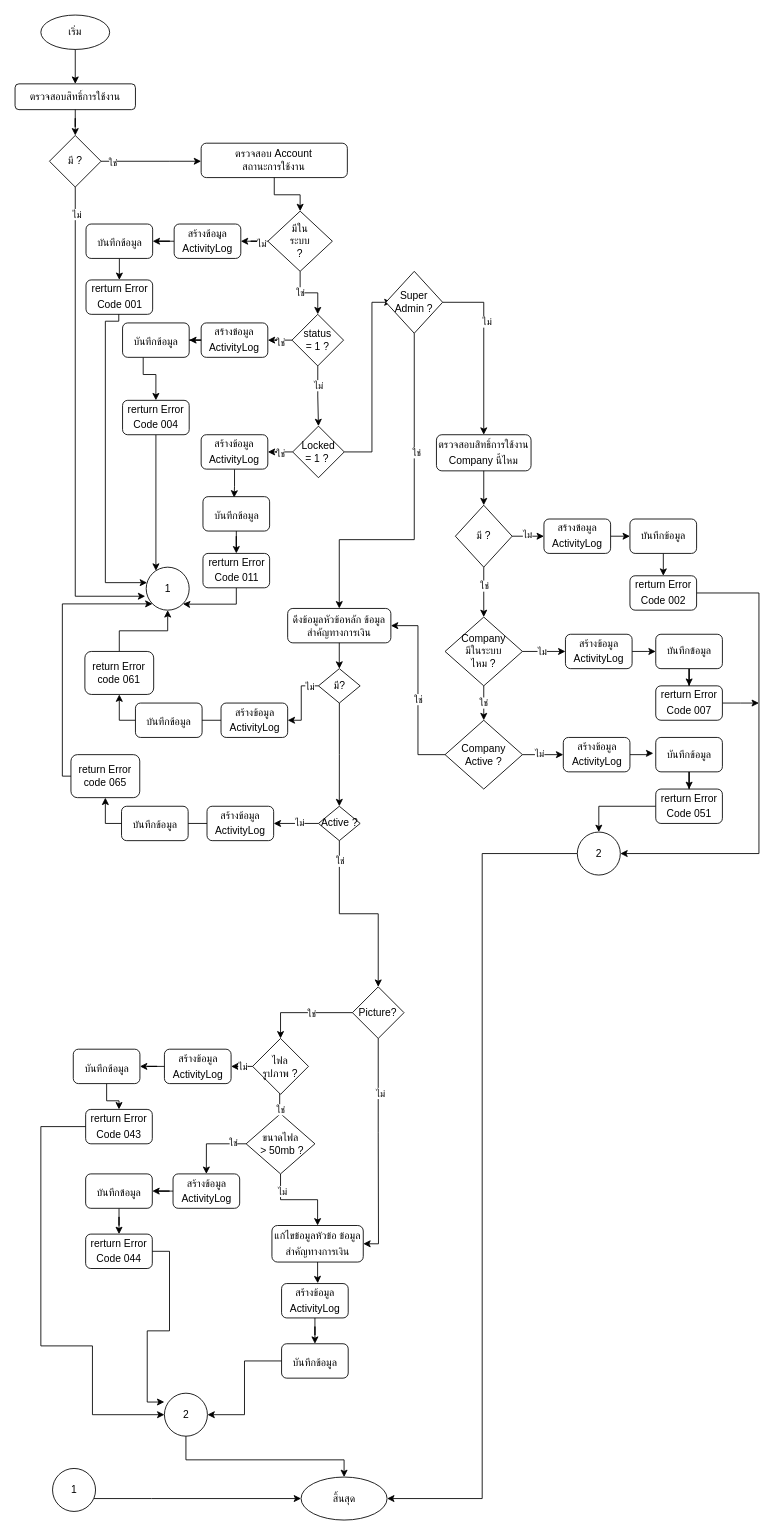
The draw.io diagram page "หน้า-3" (3 of 4) of ImpotantFinancial.drawio in charifrodmanee/charifrodmanee, before the edit. Source tidied: cells renumbered, new cells numbered last; positions are measured from the earlier drawing's top-left corner, leaving out a move shared by most shapes. Both pictures are drawn from the tidied source at 86%, with x=0, y=0 at pixel (15, 15).
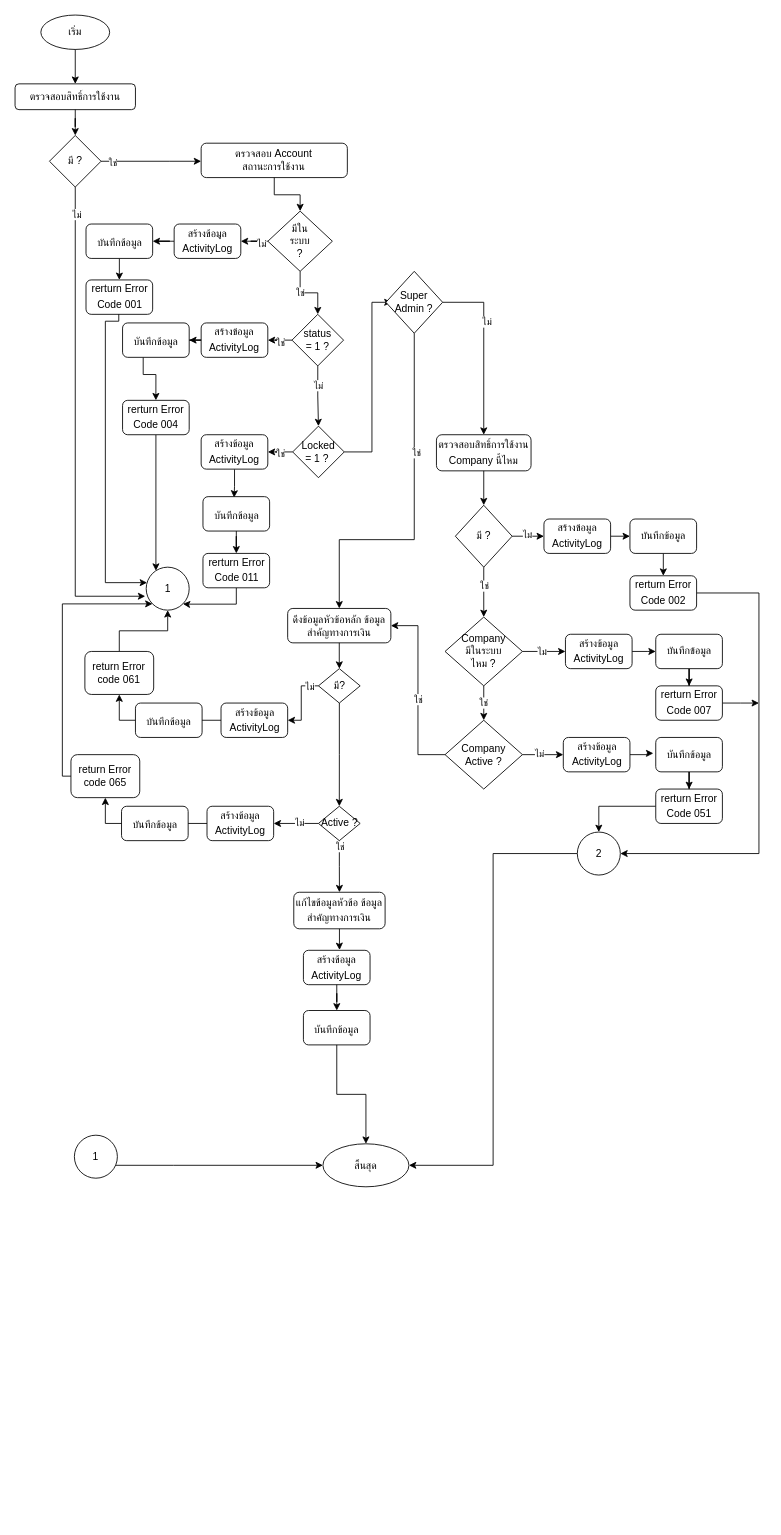
Above is the later version.

The change refers to these unchanged cells:
```xml
<mxCell id="143" value="Active ?" style="rhombus;whiteSpace=wrap;html=1;" parent="1" vertex="1">
  <mxGeometry x="352.8" y="920" width="48.5" height="40" as="geometry" />
</mxCell>
```

The edit, as a diff of the source:
```diff
@@
-    <mxCell id="98" style="group;" parent="1" vertex="1">
-      <mxGeometry x="30" y="1130" width="422.3" height="620" as="geometry" />
-    </mxCell>
-    <mxCell id="99" value="Picture?" style="rhombus;whiteSpace=wrap;html=1;" parent="98" vertex="1">
-      <mxGeometry x="362.3" width="60" height="60" as="geometry" />
-    </mxCell>
-    <mxCell id="100" style="edgeStyle=orthogonalEdgeStyle;rounded=0;jettySize=auto;html=1;entryX=0.5;entryY=0;entryDx=0;entryDy=0;" parent="98" edge="1" source="99" target="109">
-      <mxGeometry relative="1" as="geometry" />
-    </mxCell>
-    <mxCell id="101" value="ใช่" style="edgeLabel;html=1;align=center;verticalAlign=middle;" parent="100" vertex="1">
-      <mxGeometry x="-0.15" y="1" relative="1" as="geometry" />
-    </mxCell>
-    <mxCell id="102" style="group;" parent="98" vertex="1">
-      <mxGeometry y="60" width="370" height="462.5" as="geometry" />
-    </mxCell>
-    <mxCell id="103" style="group;" parent="102" vertex="1">
-      <mxGeometry x="273.7" y="217.5" width="96.2" height="177.5" as="geometry" />
-    </mxCell>
-    <mxCell id="104" value="แก้ไขข้อมูลหัวข้อ ข้อมูลสำคัญทางการเงิน&lt;span style=&quot;font-size: medium; text-align: start;&quot;&gt;&lt;/span&gt;" style="rounded=1;whiteSpace=wrap;html=1;" parent="103" vertex="1">
-      <mxGeometry x="-5" width="106.2" height="42.5" as="geometry" />
-    </mxCell>
-    <mxCell id="105" value="สร้างข้อมูล ActivityLog&lt;span style=&quot;font-size: medium; text-align: start;&quot;&gt;&lt;/span&gt;" style="rounded=1;whiteSpace=wrap;html=1;" parent="103" vertex="1">
-      <mxGeometry x="6.2" y="67.5" width="77.5" height="40" as="geometry" />
-    </mxCell>
-    <mxCell id="106" style="edgeStyle=orthogonalEdgeStyle;rounded=0;jettySize=auto;html=1;entryX=0.543;entryY=-0.009;entryDx=0;entryDy=0;entryPerimeter=0;" parent="103" edge="1" source="104" target="105">
-      <mxGeometry relative="1" as="geometry" />
-    </mxCell>
-    <mxCell id="107" value="บันทึกข้อมูล&lt;span style=&quot;font-size: medium; text-align: start;&quot;&gt;&lt;/span&gt;" style="rounded=1;whiteSpace=wrap;html=1;" parent="103" vertex="1">
-      <mxGeometry x="6.2" y="137.5" width="77.5" height="40" as="geometry" />
-    </mxCell>
-    <mxCell id="108" style="edgeStyle=orthogonalEdgeStyle;rounded=0;jettySize=auto;html=1;" parent="103" edge="1" source="105" target="107">
-      <mxGeometry relative="1" as="geometry" />
-    </mxCell>
-    <mxCell id="109" value="ไฟล&lt;br&gt;รูปภาพ ?" style="rhombus;whiteSpace=wrap;html=1;" parent="102" vertex="1">
-      <mxGeometry x="246.2" width="65" height="65" as="geometry" />
-    </mxCell>
-    <mxCell id="110" style="edgeStyle=orthogonalEdgeStyle;rounded=0;jettySize=auto;html=1;entryX=0.5;entryY=0;entryDx=0;entryDy=0;" parent="102" edge="1" source="112" target="104">
-      <mxGeometry relative="1" as="geometry" />
-    </mxCell>
-    <mxCell id="111" value="ไม่" style="edgeLabel;html=1;align=center;verticalAlign=middle;" parent="110" vertex="1">
-      <mxGeometry x="-0.62" y="2" relative="1" as="geometry" />
-    </mxCell>
-    <mxCell id="112" value="ขนาดไฟล&lt;br&gt;&amp;nbsp;&amp;gt; 50mb ?" style="rhombus;whiteSpace=wrap;html=1;" parent="102" vertex="1">
-      <mxGeometry x="238.7" y="87.5" width="80" height="70" as="geometry" />
-    </mxCell>
-    <mxCell id="113" style="edgeStyle=orthogonalEdgeStyle;rounded=0;jettySize=auto;html=1;" parent="102" edge="1" source="109" target="112">
-      <mxGeometry relative="1" as="geometry">
-        <Array as="points">
-          <mxPoint x="277.7" y="85.5" />
-          <mxPoint x="278.7" y="85.5" />
-        </Array>
-      </mxGeometry>
-    </mxCell>
-    <mxCell id="114" value="ใช่" style="edgeLabel;html=1;align=center;verticalAlign=middle;" parent="113" vertex="1">
-      <mxGeometry x="0.47" y="1" relative="1" as="geometry" />
-    </mxCell>
-    <mxCell id="115" value="rerturn Error Code 043&lt;span style=&quot;font-size: medium; text-align: start;&quot;&gt;&lt;/span&gt;" style="rounded=1;whiteSpace=wrap;html=1;" parent="102" vertex="1">
-      <mxGeometry x="52.1" y="82.5" width="77.5" height="40" as="geometry" />
-    </mxCell>
-    <mxCell id="116" value="สร้างข้อมูล ActivityLog&lt;span style=&quot;font-size: medium; text-align: start;&quot;&gt;&lt;/span&gt;" style="rounded=1;whiteSpace=wrap;html=1;" parent="102" vertex="1">
-      <mxGeometry x="143.7" y="12.5" width="77.5" height="40" as="geometry" />
-    </mxCell>
-    <mxCell id="117" style="edgeStyle=orthogonalEdgeStyle;rounded=0;jettySize=auto;html=1;" parent="102" edge="1" source="109" target="116">
-      <mxGeometry relative="1" as="geometry" />
-    </mxCell>
-    <mxCell id="118" value="ไม่" style="edgeLabel;html=1;align=center;verticalAlign=middle;" parent="117" vertex="1">
-      <mxGeometry x="0.54" relative="1" as="geometry" />
-    </mxCell>
-    <mxCell id="119" style="edgeStyle=orthogonalEdgeStyle;rounded=0;jettySize=auto;html=1;entryX=0.5;entryY=0;entryDx=0;entryDy=0;" parent="102" edge="1" source="120" target="115">
-      <mxGeometry relative="1" as="geometry" />
-    </mxCell>
-    <mxCell id="120" value="บันทึกข้อมูล&lt;span style=&quot;font-size: medium; text-align: start;&quot;&gt;&lt;/span&gt;" style="rounded=1;whiteSpace=wrap;html=1;" parent="102" vertex="1">
-      <mxGeometry x="37.7" y="12.5" width="77.5" height="40" as="geometry" />
-    </mxCell>
-    <mxCell id="121" style="edgeStyle=orthogonalEdgeStyle;rounded=0;jettySize=auto;html=1;" parent="102" edge="1" source="116" target="120">
-      <mxGeometry relative="1" as="geometry" />
-    </mxCell>
-    <mxCell id="122" value="rerturn Error Code 044&lt;span style=&quot;font-size: medium; text-align: start;&quot;&gt;&lt;/span&gt;" style="rounded=1;whiteSpace=wrap;html=1;" parent="102" vertex="1">
-      <mxGeometry x="52.1" y="227.5" width="77.5" height="40" as="geometry" />
-    </mxCell>
-    <mxCell id="123" value="สร้างข้อมูล ActivityLog&lt;span style=&quot;font-size: medium; text-align: start;&quot;&gt;&lt;/span&gt;" style="rounded=1;whiteSpace=wrap;html=1;" parent="102" vertex="1">
-      <mxGeometry x="153.7" y="157.5" width="77.5" height="40" as="geometry" />
-    </mxCell>
-    <mxCell id="124" style="edgeStyle=orthogonalEdgeStyle;rounded=0;jettySize=auto;html=1;entryX=0.5;entryY=0;entryDx=0;entryDy=0;" parent="102" edge="1" source="112" target="123">
-      <mxGeometry relative="1" as="geometry" />
-    </mxCell>
-    <mxCell id="125" value="ใช่" style="edgeLabel;html=1;align=center;verticalAlign=middle;" parent="124" vertex="1">
-      <mxGeometry x="-0.62" y="-1" relative="1" as="geometry" />
-    </mxCell>
-    <mxCell id="126" style="edgeStyle=orthogonalEdgeStyle;rounded=0;jettySize=auto;html=1;" parent="102" edge="1" source="127" target="122">
-      <mxGeometry relative="1" as="geometry" />
-    </mxCell>
-    <mxCell id="127" value="บันทึกข้อมูล&lt;span style=&quot;font-size: medium; text-align: start;&quot;&gt;&lt;/span&gt;" style="rounded=1;whiteSpace=wrap;html=1;" parent="102" vertex="1">
-      <mxGeometry x="52.1" y="157.5" width="77.5" height="40" as="geometry" />
-    </mxCell>
-    <mxCell id="128" style="edgeStyle=orthogonalEdgeStyle;rounded=0;jettySize=auto;html=1;entryX=1;entryY=0.5;entryDx=0;entryDy=0;" parent="102" edge="1" source="123" target="127">
-      <mxGeometry relative="1" as="geometry" />
-    </mxCell>
-    <mxCell id="129" value="2" style="ellipse;whiteSpace=wrap;html=1;" parent="102" vertex="1">
-      <mxGeometry x="143.7" y="412.5" width="50" height="50" as="geometry" />
-    </mxCell>
-    <mxCell id="130" style="edgeStyle=orthogonalEdgeStyle;rounded=0;jettySize=auto;html=1;entryX=0;entryY=0.5;entryDx=0;entryDy=0;" parent="102" edge="1" source="115" target="129">
-      <mxGeometry relative="1" as="geometry">
-        <Array as="points">
-          <mxPoint y="102.5" />
-          <mxPoint y="357.5" />
-          <mxPoint x="60" y="357.5" />
-          <mxPoint x="60" y="437.5" />
-        </Array>
-      </mxGeometry>
-    </mxCell>
-    <mxCell id="131" style="edgeStyle=orthogonalEdgeStyle;rounded=0;jettySize=auto;html=1;entryX=1;entryY=0.5;entryDx=0;entryDy=0;" parent="102" edge="1" source="107" target="129">
-      <mxGeometry relative="1" as="geometry" />
-    </mxCell>
-    <mxCell id="132" style="edgeStyle=orthogonalEdgeStyle;rounded=0;jettySize=auto;html=1;entryX=-0.002;entryY=0.205;entryDx=0;entryDy=0;entryPerimeter=0;" parent="102" edge="1" source="122" target="129">
-      <mxGeometry relative="1" as="geometry" />
-    </mxCell>
-    <mxCell id="133" style="edgeStyle=orthogonalEdgeStyle;rounded=0;jettySize=auto;html=1;entryX=1;entryY=0.5;entryDx=0;entryDy=0;" parent="98" edge="1" source="99" target="104">
-      <mxGeometry relative="1" as="geometry">
-        <Array as="points">
-          <mxPoint x="392.6" y="169" />
-          <mxPoint x="392.6" y="299" />
-        </Array>
-      </mxGeometry>
-    </mxCell>
-    <mxCell id="134" value="ไม่" style="edgeLabel;html=1;align=center;verticalAlign=middle;" parent="133" vertex="1">
-      <mxGeometry x="-0.51" y="2" relative="1" as="geometry" />
-    </mxCell>
-    <mxCell id="135" value="สิ้นสุด" style="ellipse;whiteSpace=wrap;html=1;" parent="98" vertex="1">
-      <mxGeometry x="302.6" y="570" width="100" height="50" as="geometry" />
-    </mxCell>
-    <mxCell id="136" style="edgeStyle=orthogonalEdgeStyle;rounded=0;jettySize=auto;html=1;entryX=0.5;entryY=0;entryDx=0;entryDy=0;" parent="98" edge="1" source="129" target="135">
-      <mxGeometry relative="1" as="geometry">
-        <Array as="points">
-          <mxPoint x="168.6" y="550" />
-          <mxPoint x="352.6" y="550" />
-        </Array>
-      </mxGeometry>
-    </mxCell>
-    <mxCell id="137" style="edgeStyle=orthogonalEdgeStyle;rounded=0;jettySize=auto;html=1;" parent="98" edge="1" source="138" target="135">
-      <mxGeometry relative="1" as="geometry">
-        <Array as="points">
-          <mxPoint x="128.6" y="595" />
-          <mxPoint x="128.6" y="595" />
-        </Array>
-      </mxGeometry>
-    </mxCell>
-    <mxCell id="138" value="1" style="ellipse;whiteSpace=wrap;html=1;" parent="98" vertex="1">
-      <mxGeometry x="13.6" y="560" width="50" height="50" as="geometry" />
-    </mxCell>
@@
-    <mxCell id="141" style="edgeStyle=orthogonalEdgeStyle;rounded=0;jettySize=auto;html=1;entryX=0.5;entryY=0;entryDx=0;entryDy=0;" parent="1" edge="1" source="143" target="99">
+    <mxCell id="141" style="edgeStyle=orthogonalEdgeStyle;rounded=0;jettySize=auto;html=1;entryX=0.5;entryY=0;entryDx=0;entryDy=0;" parent="1" edge="1" source="143" target="104">
       <mxGeometry relative="1" as="geometry" />
     </mxCell>
@@
+    <mxCell id="150" style="group;" parent="1" vertex="1">
+      <mxGeometry x="69" y="1020" width="389" height="342.5" as="geometry" />
+    </mxCell>
+    <mxCell id="135" value="สิ้นสุด" style="ellipse;whiteSpace=wrap;html=1;" parent="150" vertex="1">
+      <mxGeometry x="289" y="292.5" width="100" height="50" as="geometry" />
+    </mxCell>
+    <mxCell id="137" style="edgeStyle=orthogonalEdgeStyle;rounded=0;jettySize=auto;html=1;" parent="150" edge="1" source="138" target="135">
+      <mxGeometry relative="1" as="geometry">
+        <Array as="points">
+          <mxPoint x="115" y="317.5" />
+          <mxPoint x="115" y="317.5" />
+        </Array>
+      </mxGeometry>
+    </mxCell>
+    <mxCell id="138" value="1" style="ellipse;whiteSpace=wrap;html=1;" parent="150" vertex="1">
+      <mxGeometry y="282.5" width="50" height="50" as="geometry" />
+    </mxCell>
+    <mxCell id="103" style="group;" parent="150" vertex="1">
+      <mxGeometry x="260.1" width="96.2" height="177.5" as="geometry" />
+    </mxCell>
+    <mxCell id="104" value="แก้ไขข้อมูลหัวข้อ ข้อมูลสำคัญทางการเงิน&lt;span style=&quot;font-size: medium; text-align: start;&quot;&gt;&lt;/span&gt;" style="rounded=1;whiteSpace=wrap;html=1;" parent="103" vertex="1">
+      <mxGeometry x="-5" width="106.2" height="42.5" as="geometry" />
+    </mxCell>
+    <mxCell id="105" value="สร้างข้อมูล ActivityLog&lt;span style=&quot;font-size: medium; text-align: start;&quot;&gt;&lt;/span&gt;" style="rounded=1;whiteSpace=wrap;html=1;" parent="103" vertex="1">
+      <mxGeometry x="6.2" y="67.5" width="77.5" height="40" as="geometry" />
+    </mxCell>
+    <mxCell id="106" style="edgeStyle=orthogonalEdgeStyle;rounded=0;jettySize=auto;html=1;entryX=0.543;entryY=-0.009;entryDx=0;entryDy=0;entryPerimeter=0;" parent="103" edge="1" source="104" target="105">
+      <mxGeometry relative="1" as="geometry" />
+    </mxCell>
+    <mxCell id="107" value="บันทึกข้อมูล&lt;span style=&quot;font-size: medium; text-align: start;&quot;&gt;&lt;/span&gt;" style="rounded=1;whiteSpace=wrap;html=1;" parent="103" vertex="1">
+      <mxGeometry x="6.2" y="137.5" width="77.5" height="40" as="geometry" />
+    </mxCell>
+    <mxCell id="108" style="edgeStyle=orthogonalEdgeStyle;rounded=0;jettySize=auto;html=1;" parent="103" edge="1" source="105" target="107">
+      <mxGeometry relative="1" as="geometry" />
+    </mxCell>
+    <mxCell id="131" style="edgeStyle=orthogonalEdgeStyle;rounded=0;jettySize=auto;html=1;entryX=0.5;entryY=0;entryDx=0;entryDy=0;" parent="150" edge="1" source="107" target="135">
+      <mxGeometry relative="1" as="geometry" />
+    </mxCell>
```
